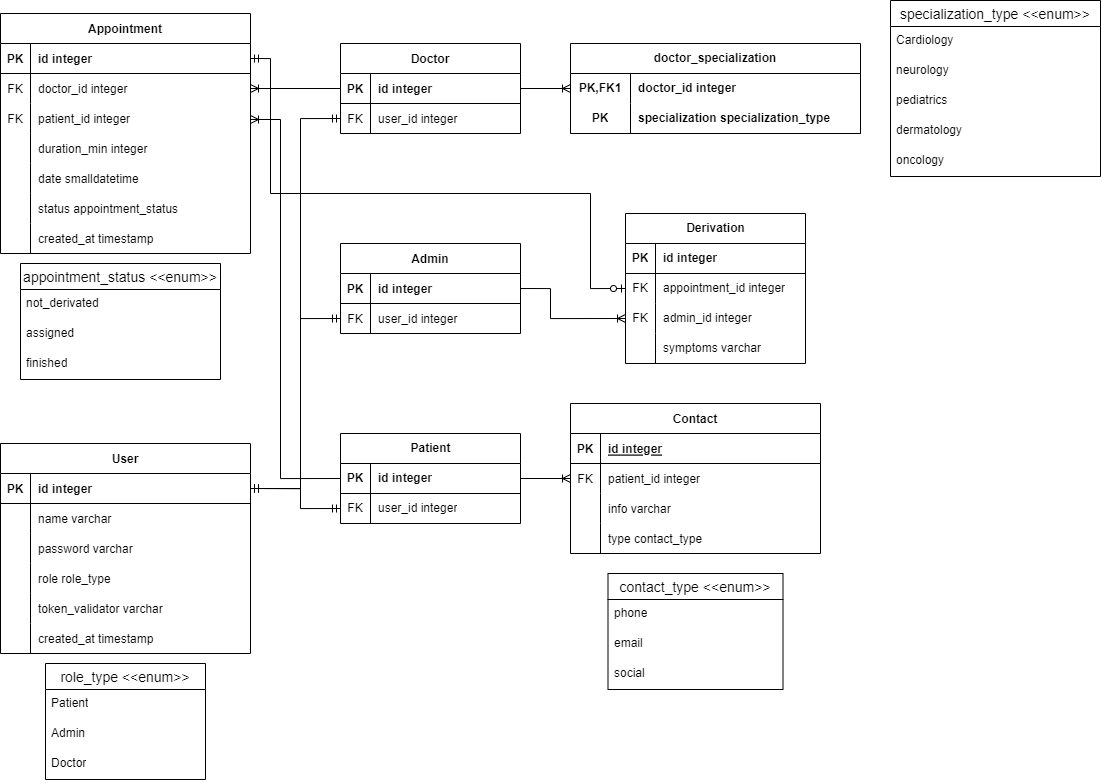
MelnikAndres/Solvd keeps this draw.io diagram as hospital/db_diagram.png. Above is the earlier version. Source tidied: cells renumbered, new cells last; positions are measured from the earlier drawing's top-left corner, leaving out a move shared by most shapes.
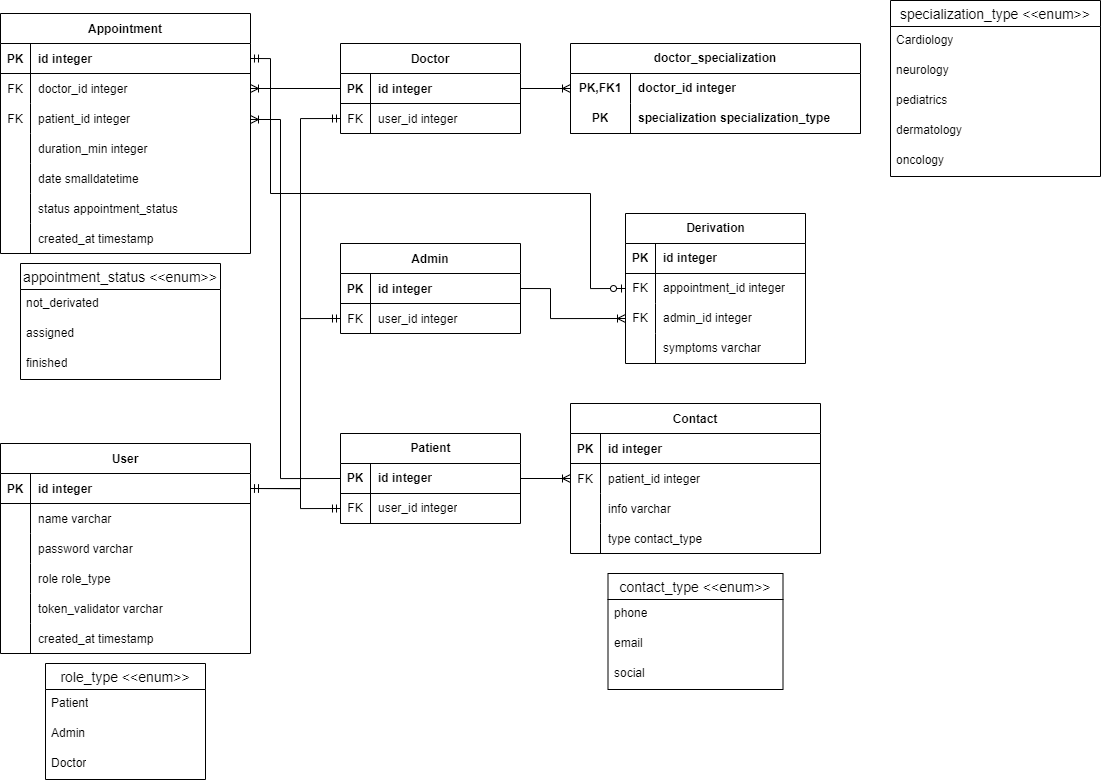
Above is the later version.

The edit, as a diff of the source:
```diff
@@ -32,7 +32,7 @@
     <mxCell id="11" value="PK" style="shape=partialRectangle;overflow=hidden;fillColor=none;top=0;left=0;bottom=0;right=0;fontStyle=1;" parent="10" vertex="1">
       <mxGeometry width="30" height="30" as="geometry" />
     </mxCell>
-    <mxCell id="12" value="id integer" style="shape=partialRectangle;overflow=hidden;fillColor=none;top=0;left=0;bottom=0;right=0;align=left;spacingLeft=6;fontStyle=5;" parent="10" vertex="1">
+    <mxCell id="12" value="id integer" style="shape=partialRectangle;overflow=hidden;fillColor=none;top=0;left=0;bottom=0;right=0;align=left;spacingLeft=6;fontStyle=1;" parent="10" vertex="1">
       <mxGeometry x="30" width="220" height="30" as="geometry" />
     </mxCell>
     <mxCell id="13" style="shape=partialRectangle;fillColor=none;points=[[0,0.5],[1,0.5]];portConstraint=eastwest;top=0;left=0;right=0;bottom=0;" parent="9" vertex="1">
```
